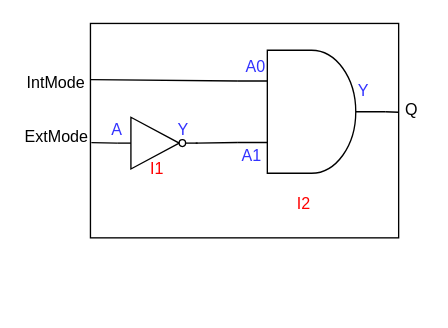
The draw.io diagram WrapperControl.drawio in Gao-June/Algorithm_Exercise, before the edit. Source tidied: cells renumbered, new cells numbered last; positions are measured from the earlier drawing's top-left corner, leaving out a move shared by most shapes. Both pictures are drawn from the tidied source at 134%, with x=0, y=0 at pixel (23, 23).
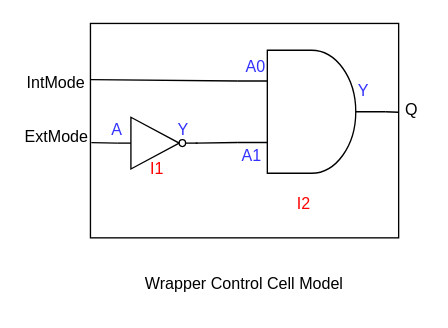
After the change.

Change to the diagram source:
```diff
@@
+    <mxCell id="22" value="Wrapper Control Cell Model" style="text;html=1;align=center;verticalAlign=middle;whiteSpace=wrap;rounded=0;" parent="1" vertex="1">
+      <mxGeometry x="90" y="180" width="150" height="30" as="geometry" />
+    </mxCell>
```
